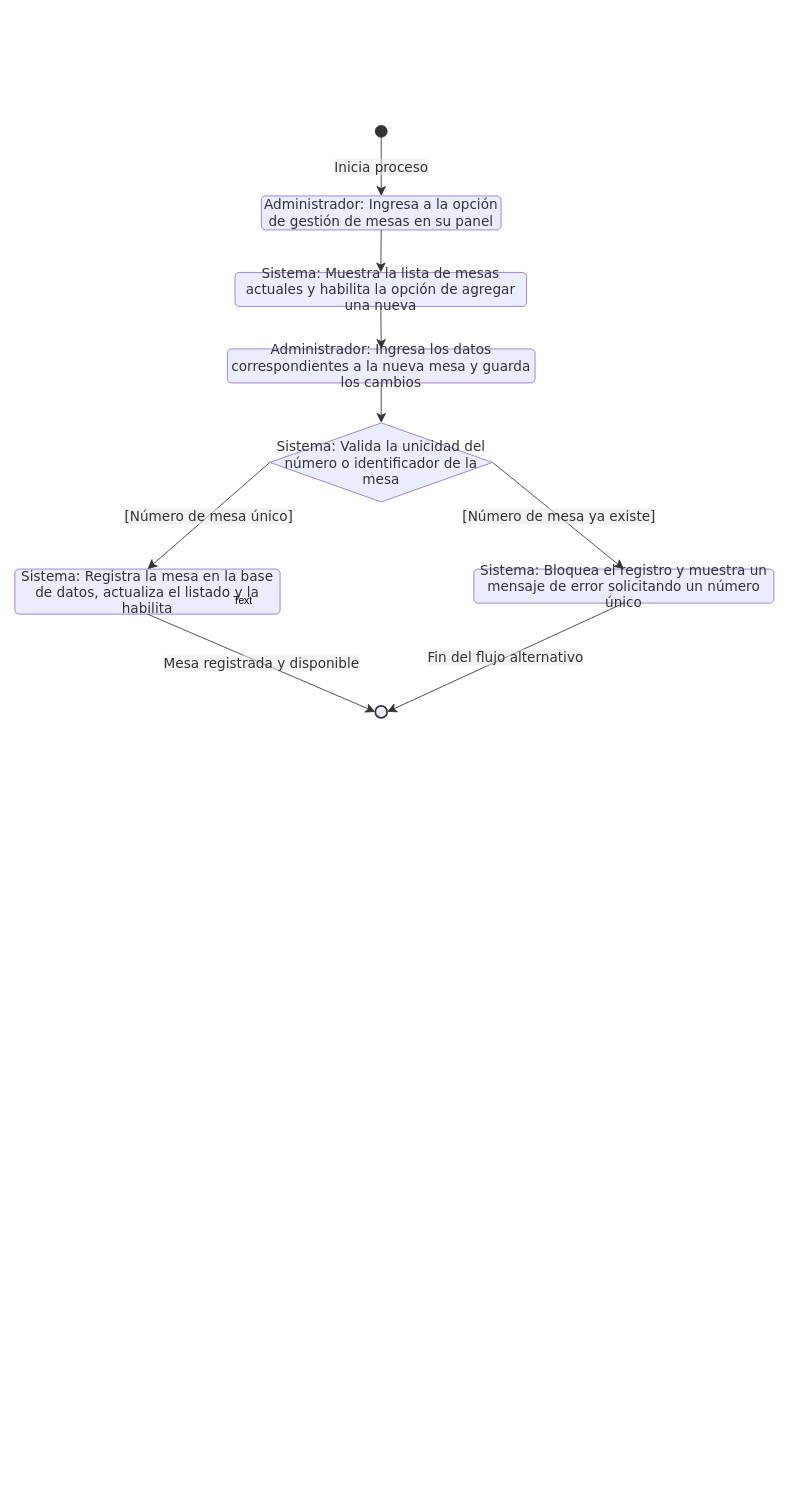
This is page "RF05" (5 of 14) of documentacion/Diagramas/Diagramas Casos de Uso.drawio from CanelaFeliz/ProyectoPPI115, a draw.io file, before an edit. Source tidied: cells renumbered, new cells numbered last; positions are measured from the earlier drawing's top-left corner, leaving out a move shared by most shapes. Both pictures are drawn from the tidied source at 85%, with x=0, y=0 at pixel (14, 14).
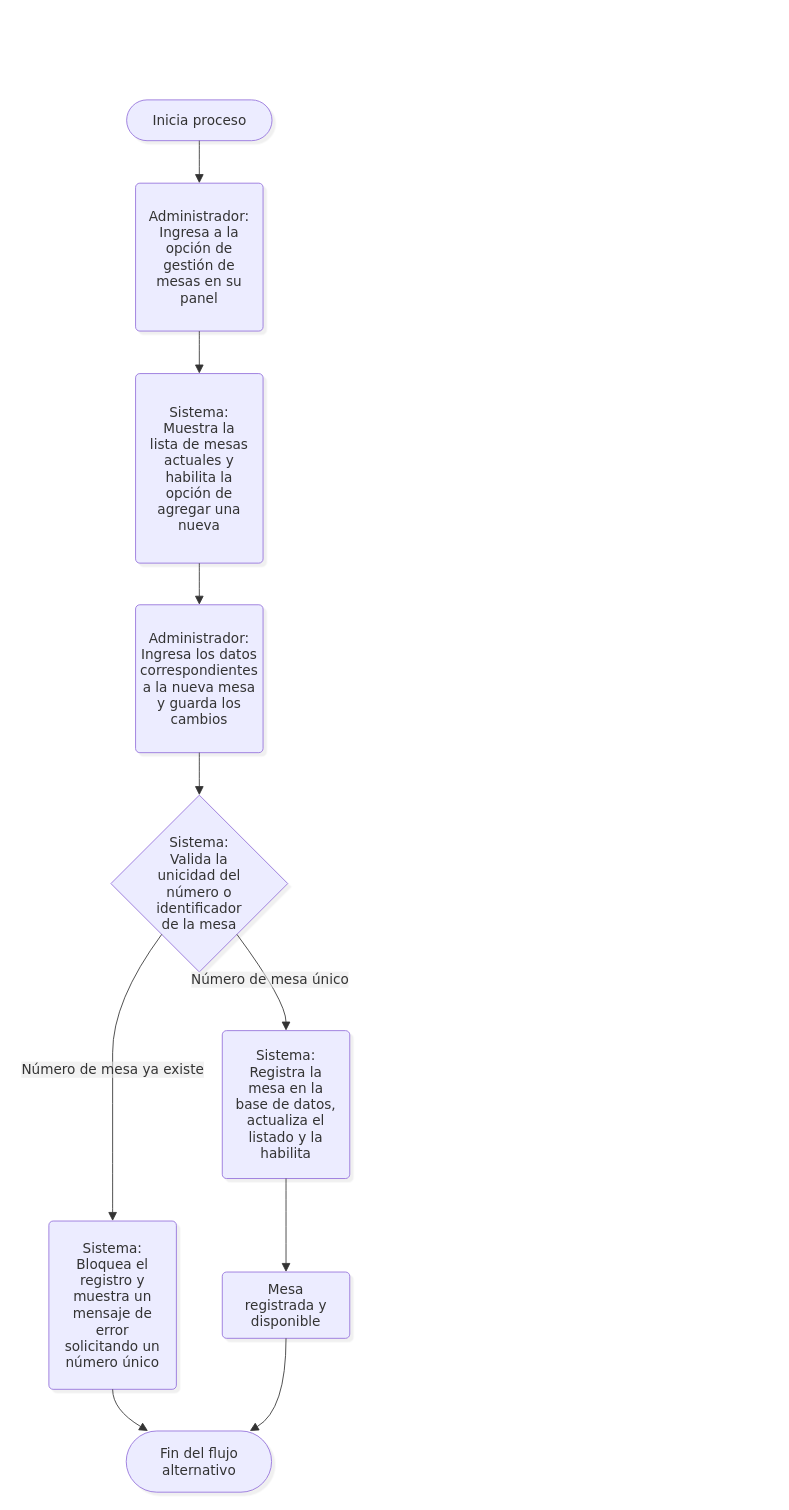
The same page after the edit.

Unchanged cells that the change refers to:
```xml
<mxCell id="2" style="group;transparentBounds=1;editIcon=1;lockedGroup=0;groupPadding=10;" parent="1" vertex="1">
  <mxGeometry x="10" as="geometry" />
</mxCell>
```

The edit, as a diff of the source:
```diff
@@
-    <mxCell id="3" style="ellipse;html=1;fillColor=light-dark(#333333,#cccccc);strokeColor=light-dark(#333333,#cccccc);fontColor=light-dark(#333333,#cccccc);fontFamily=Trebuchet MS,Verdana,Arial,sans-serif;fontSize=16;" parent="2" vertex="1">
-      <mxGeometry x="414" y="130" width="14" height="14" as="geometry" />
-    </mxCell>
+    <mxCell id="11" value="Inicia proceso" style="html=1;rounded=1;whiteSpace=wrap;arcSize=50;strokeWidth=1;fillColor=light-dark(#ECECFF,#1f2020);strokeColor=light-dark(#9370DB,#cccccc);fontColor=light-dark(#333333,#cccccc);fontFamily=Trebuchet MS,Verdana,Arial,sans-serif;fontSize=16;shadow=1;shadowColor=#000000;shadowOffsetX=4;shadowOffsetY=4;shadowBlur=0;shadowOpacity=6;" parent="2" vertex="1">
+      <mxGeometry x="121.5" y="100" width="171" height="48" as="geometry" />
+    </mxCell>
-    <mxCell id="4" value="Administrador: Ingresa a la opción de gestión de mesas en su panel" style="rounded=1;absoluteArcSize=1;arcSize=10;html=1;whiteSpace=wrap;strokeWidth=1;fillColor=light-dark(#ECECFF,#1f2020);strokeColor=light-dark(#9370DB,#cccccc);fontColor=light-dark(#333333,#cccccc);fontFamily=Trebuchet MS,Verdana,Arial,sans-serif;fontSize=16;" parent="2" vertex="1">
-      <mxGeometry x="280" y="213" width="282" height="40" as="geometry" />
+    <mxCell id="4" value="Administrador: Ingresa a la opción de gestión de mesas en su panel" style="rounded=1;absoluteArcSize=1;arcSize=10;html=1;whiteSpace=wrap;strokeWidth=1;fillColor=light-dark(#ECECFF,#1f2020);strokeColor=light-dark(#9370DB,#cccccc);fontColor=light-dark(#333333,#cccccc);fontFamily=Trebuchet MS,Verdana,Arial,sans-serif;fontSize=16;shadow=1;shadowColor=#000000;shadowOffsetX=4;shadowOffsetY=4;shadowBlur=0;shadowOpacity=6;labelWidth=120;" parent="2" vertex="1">
+      <mxGeometry x="132" y="198" width="150" height="174" as="geometry" />
     </mxCell>
-    <mxCell id="5" value="Sistema: Muestra la lista de mesas actuales y habilita la opción de agregar una nueva" style="rounded=1;absoluteArcSize=1;arcSize=10;html=1;whiteSpace=wrap;strokeWidth=1;fillColor=light-dark(#ECECFF,#1f2020);strokeColor=light-dark(#9370DB,#cccccc);fontColor=light-dark(#333333,#cccccc);fontFamily=Trebuchet MS,Verdana,Arial,sans-serif;fontSize=16;" parent="2" vertex="1">
-      <mxGeometry x="249" y="303" width="343" height="40" as="geometry" />
+    <mxCell id="5" value="Sistema: Muestra la lista de mesas actuales y habilita la opción de agregar una nueva" style="rounded=1;absoluteArcSize=1;arcSize=10;html=1;whiteSpace=wrap;strokeWidth=1;fillColor=light-dark(#ECECFF,#1f2020);strokeColor=light-dark(#9370DB,#cccccc);fontColor=light-dark(#333333,#cccccc);fontFamily=Trebuchet MS,Verdana,Arial,sans-serif;fontSize=16;shadow=1;shadowColor=#000000;shadowOffsetX=4;shadowOffsetY=4;shadowBlur=0;shadowOpacity=6;labelWidth=120;" parent="2" vertex="1">
+      <mxGeometry x="132" y="422" width="150" height="223" as="geometry" />
     </mxCell>
-    <mxCell id="6" value="Administrador: Ingresa los datos correspondientes a la nueva mesa y guarda los cambios" style="rounded=1;absoluteArcSize=1;arcSize=10;html=1;whiteSpace=wrap;strokeWidth=1;fillColor=light-dark(#ECECFF,#1f2020);strokeColor=light-dark(#9370DB,#cccccc);fontColor=light-dark(#333333,#cccccc);fontFamily=Trebuchet MS,Verdana,Arial,sans-serif;fontSize=16;" parent="2" vertex="1">
-      <mxGeometry x="240" y="393" width="362" height="40" as="geometry" />
+    <mxCell id="6" value="Administrador: Ingresa los datos correspondientes a la nueva mesa y guarda los cambios" style="rounded=1;absoluteArcSize=1;arcSize=10;html=1;whiteSpace=wrap;strokeWidth=1;fillColor=light-dark(#ECECFF,#1f2020);strokeColor=light-dark(#9370DB,#cccccc);fontColor=light-dark(#333333,#cccccc);fontFamily=Trebuchet MS,Verdana,Arial,sans-serif;fontSize=16;shadow=1;shadowColor=#000000;shadowOffsetX=4;shadowOffsetY=4;shadowBlur=0;shadowOpacity=6;labelWidth=120;" parent="2" vertex="1">
+      <mxGeometry x="132" y="694" width="150" height="174" as="geometry" />
     </mxCell>
+    <mxCell id="19" value="Sistema: Valida la unicidad del número o identificador de la mesa" style="rhombus;html=1;strokeWidth=1;whiteSpace=wrap;fillColor=light-dark(#ECECFF,#1f2020);strokeColor=light-dark(#9370DB,#cccccc);fontColor=light-dark(#333333,#cccccc);fontFamily=Trebuchet MS,Verdana,Arial,sans-serif;fontSize=16;shadow=1;shadowColor=#000000;shadowOffsetX=4;shadowOffsetY=4;shadowBlur=0;shadowOpacity=6;labelWidth=120;" parent="2" vertex="1">
+      <mxGeometry x="103" y="918" width="208" height="208" as="geometry" />
+    </mxCell>
-    <mxCell id="7" value="Sistema: Registra la mesa en la base de datos, actualiza el listado y la habilita" style="rounded=1;absoluteArcSize=1;arcSize=10;html=1;whiteSpace=wrap;strokeWidth=1;fillColor=light-dark(#ECECFF,#1f2020);strokeColor=light-dark(#9370DB,#cccccc);fontColor=light-dark(#333333,#cccccc);fontFamily=Trebuchet MS,Verdana,Arial,sans-serif;fontSize=16;" parent="2" vertex="1">
-      <mxGeometry x="-10" y="652" width="312" height="53" as="geometry" />
+    <mxCell id="7" value="Sistema: Registra la mesa en la base de datos, actualiza el listado y la habilita" style="rounded=1;absoluteArcSize=1;arcSize=10;html=1;whiteSpace=wrap;strokeWidth=1;fillColor=light-dark(#ECECFF,#1f2020);strokeColor=light-dark(#9370DB,#cccccc);fontColor=light-dark(#333333,#cccccc);fontFamily=Trebuchet MS,Verdana,Arial,sans-serif;fontSize=16;shadow=1;shadowColor=#000000;shadowOffsetX=4;shadowOffsetY=4;shadowBlur=0;shadowOpacity=6;labelWidth=120;" parent="2" vertex="1">
+      <mxGeometry x="234" y="1195" width="150" height="174" as="geometry" />
     </mxCell>
-    <mxCell id="8" value="Text" style="text;html=1;align=center;verticalAlign=middle;" parent="7" vertex="1">
-      <mxGeometry x="243" y="23" width="50" height="30" as="geometry" />
-    </mxCell>
-    <mxCell id="9" value="Sistema: Bloquea el registro y muestra un mensaje de error solicitando un número único" style="rounded=1;absoluteArcSize=1;arcSize=10;html=1;whiteSpace=wrap;strokeWidth=1;fillColor=light-dark(#ECECFF,#1f2020);strokeColor=light-dark(#9370DB,#cccccc);fontColor=light-dark(#333333,#cccccc);fontFamily=Trebuchet MS,Verdana,Arial,sans-serif;fontSize=16;" parent="2" vertex="1">
-      <mxGeometry x="530" y="652" width="353" height="40" as="geometry" />
+    <mxCell id="9" value="Sistema: Bloquea el registro y muestra un mensaje de error solicitando un número único" style="rounded=1;absoluteArcSize=1;arcSize=10;html=1;whiteSpace=wrap;strokeWidth=1;fillColor=light-dark(#ECECFF,#1f2020);strokeColor=light-dark(#9370DB,#cccccc);fontColor=light-dark(#333333,#cccccc);fontFamily=Trebuchet MS,Verdana,Arial,sans-serif;fontSize=16;shadow=1;shadowColor=#000000;shadowOffsetX=4;shadowOffsetY=4;shadowBlur=0;shadowOpacity=6;labelWidth=120;" parent="2" vertex="1">
+      <mxGeometry x="30" y="1419" width="150" height="198" as="geometry" />
     </mxCell>
-    <mxCell id="10" style="ellipse;html=1;fillColor=light-dark(#ECECFF,#1f2020);strokeColor=light-dark(#333333,#cccccc);strokeWidth=2;centerRadius=4;centerColor=light-dark(#9370DB,#cccccc);fontColor=light-dark(#333333,#cccccc);fontFamily=Trebuchet MS,Verdana,Arial,sans-serif;fontSize=16;" parent="2" vertex="1">
-      <mxGeometry x="414" y="813" width="14" height="14" as="geometry" />
-    </mxCell>
-    <mxCell id="11" value="Inicia proceso" style="curved=1;startArrow=none;endArrow=classic;endSize=9;fillColor=none;strokeColor=light-dark(#333333,#cccccc);html=1;fontSize=16;labelBackgroundColor=#E8E8E88D;fontFamily=Trebuchet MS,Verdana,Arial,sans-serif;fontColor=light-dark(#333333,#cccccc);exitX=0.5;exitY=1;entryX=0.5;entryY=0;rounded=0;" parent="2" edge="1" source="3" target="4">
-      <mxGeometry relative="1" as="geometry" />
-    </mxCell>
+    <mxCell id="17" value="Mesa registrada y disponible" style="rounded=1;absoluteArcSize=1;arcSize=10;html=1;whiteSpace=wrap;strokeWidth=1;fillColor=light-dark(#ECECFF,#1f2020);strokeColor=light-dark(#9370DB,#cccccc);fontColor=light-dark(#333333,#cccccc);fontFamily=Trebuchet MS,Verdana,Arial,sans-serif;fontSize=16;shadow=1;shadowColor=#000000;shadowOffsetX=4;shadowOffsetY=4;shadowBlur=0;shadowOpacity=6;labelWidth=120;" parent="2" vertex="1">
+      <mxGeometry x="234" y="1479" width="150" height="78" as="geometry" />
+    </mxCell>
+    <mxCell id="18" value="Fin del flujo alternativo" style="html=1;rounded=1;whiteSpace=wrap;arcSize=50;strokeWidth=1;fillColor=light-dark(#ECECFF,#1f2020);strokeColor=light-dark(#9370DB,#cccccc);fontColor=light-dark(#333333,#cccccc);fontFamily=Trebuchet MS,Verdana,Arial,sans-serif;fontSize=16;shadow=1;shadowColor=#000000;shadowOffsetX=4;shadowOffsetY=4;shadowBlur=0;shadowOpacity=6;labelWidth=120;" parent="2" vertex="1">
+      <mxGeometry x="121" y="1666" width="171" height="72" as="geometry" />
+    </mxCell>
+    <mxCell id="20" style="curved=1;startArrow=none;endArrow=block;endSize=8;strokeColor=light-dark(#333333,#cccccc);exitX=0.5;exitY=1;entryX=0.5;entryY=0;targetPerimeterSpacing=4;rounded=0;" parent="2" edge="1" source="11" target="4">
+      <mxGeometry relative="1" as="geometry" />
+    </mxCell>
-    <mxCell id="12" style="curved=1;startArrow=none;endArrow=classic;endSize=9;fillColor=none;strokeColor=light-dark(#333333,#cccccc);exitX=0.5;exitY=1;entryX=0.5;entryY=0;rounded=0;" parent="2" edge="1" source="4" target="5">
+    <mxCell id="12" style="curved=1;startArrow=none;endArrow=block;endSize=8;strokeColor=light-dark(#333333,#cccccc);exitX=0.5;exitY=1;entryX=0.5;entryY=0;targetPerimeterSpacing=4;rounded=0;" parent="2" edge="1" source="4" target="5">
       <mxGeometry relative="1" as="geometry" />
     </mxCell>
-    <mxCell id="13" style="curved=1;startArrow=none;endArrow=classic;endSize=9;fillColor=none;strokeColor=light-dark(#333333,#cccccc);exitX=0.5;exitY=1;entryX=0.5;entryY=0;rounded=0;" parent="2" edge="1" source="5" target="6">
+    <mxCell id="13" style="curved=1;startArrow=none;endArrow=block;endSize=8;strokeColor=light-dark(#333333,#cccccc);exitX=0.5;exitY=1;entryX=0.5;entryY=0;targetPerimeterSpacing=4;rounded=0;" parent="2" edge="1" source="5" target="6">
       <mxGeometry relative="1" as="geometry" />
     </mxCell>
-    <mxCell id="14" style="curved=1;startArrow=none;endArrow=classic;endSize=9;fillColor=none;strokeColor=light-dark(#333333,#cccccc);exitX=0.5;exitY=1;rounded=0;entryX=0.5;entryY=0;entryDx=0;entryDy=0;" parent="2" edge="1" source="6" target="19">
+    <mxCell id="14" style="curved=1;startArrow=none;endArrow=block;endSize=8;strokeColor=light-dark(#333333,#cccccc);exitX=0.5;exitY=1;entryX=0.5;entryY=0;targetPerimeterSpacing=4;rounded=0;" parent="2" edge="1" source="6" target="19">
       <mxGeometry relative="1" as="geometry" />
     </mxCell>
-    <mxCell id="15" value="[Número de mesa único]" style="curved=1;startArrow=none;endArrow=classic;endSize=9;fillColor=none;strokeColor=light-dark(#333333,#cccccc);html=1;fontSize=16;labelBackgroundColor=#E8E8E88D;fontFamily=Trebuchet MS,Verdana,Arial,sans-serif;fontColor=light-dark(#333333,#cccccc);exitX=0;exitY=0.5;entryX=0.5;entryY=0;rounded=0;exitDx=0;exitDy=0;" parent="2" edge="1" source="19" target="7">
-      <mxGeometry relative="1" as="geometry" />
+    <mxCell id="15" value="Número de mesa único" style="curved=1;startArrow=none;endArrow=block;endSize=8;strokeColor=light-dark(#333333,#cccccc);html=1;fontSize=16;labelBackgroundColor=light-dark(#E8E8E88D,#2a2a2a8D);fontFamily=Trebuchet MS,Verdana,Arial,sans-serif;fontColor=light-dark(#333333,#cccccc);exitX=0.87;exitY=1;entryX=0.5;entryY=0;targetPerimeterSpacing=4;rounded=0;" parent="2" edge="1" source="19" target="7">
+      <mxGeometry relative="1" as="geometry">
+        <Array as="points">
+          <mxPoint x="309" y="1160" />
+        </Array>
+      </mxGeometry>
     </mxCell>
-    <mxCell id="16" value="[Número de mesa ya existe]" style="curved=1;startArrow=none;endArrow=classic;endSize=9;fillColor=none;strokeColor=light-dark(#333333,#cccccc);html=1;fontSize=16;labelBackgroundColor=#E8E8E88D;fontFamily=Trebuchet MS,Verdana,Arial,sans-serif;fontColor=light-dark(#333333,#cccccc);exitX=1;exitY=0.5;entryX=0.5;entryY=0;rounded=0;exitDx=0;exitDy=0;" parent="2" edge="1" source="19" target="9">
-      <mxGeometry relative="1" as="geometry" />
+    <mxCell id="16" value="Número de mesa ya existe" style="curved=1;startArrow=none;endArrow=block;endSize=8;strokeColor=light-dark(#333333,#cccccc);html=1;fontSize=16;labelBackgroundColor=light-dark(#E8E8E88D,#2a2a2a8D);fontFamily=Trebuchet MS,Verdana,Arial,sans-serif;fontColor=light-dark(#333333,#cccccc);exitX=0.13;exitY=1;entryX=0.5;entryY=0;targetPerimeterSpacing=4;rounded=0;" parent="2" edge="1" source="19" target="9">
+      <mxGeometry relative="1" as="geometry">
+        <Array as="points">
+          <mxPoint x="105" y="1160" />
+          <mxPoint x="105" y="1282" />
+          <mxPoint x="105" y="1394" />
+        </Array>
+      </mxGeometry>
     </mxCell>
-    <mxCell id="17" value="Mesa registrada y disponible" style="curved=1;startArrow=none;endArrow=classic;endSize=9;fillColor=none;strokeColor=light-dark(#333333,#cccccc);html=1;fontSize=16;labelBackgroundColor=#E8E8E88D;fontFamily=Trebuchet MS,Verdana,Arial,sans-serif;fontColor=light-dark(#333333,#cccccc);exitX=0.5;exitY=1;entryX=0;entryY=0.43;rounded=0;" parent="2" edge="1" source="7" target="10">
-      <mxGeometry relative="1" as="geometry" />
-    </mxCell>
-    <mxCell id="18" value="Fin del flujo alternativo" style="curved=1;startArrow=none;endArrow=classic;endSize=9;fillColor=none;strokeColor=light-dark(#333333,#cccccc);html=1;fontSize=16;labelBackgroundColor=#E8E8E88D;fontFamily=Trebuchet MS,Verdana,Arial,sans-serif;fontColor=light-dark(#333333,#cccccc);exitX=0.5;exitY=1;entryX=1;entryY=0.43;rounded=0;" parent="2" edge="1" source="9" target="10">
-      <mxGeometry relative="1" as="geometry" />
-    </mxCell>
-    <mxCell id="19" value="Sistema: Valida la unicidad del número o identificador de la mesa" style="rhombus;html=1;strokeWidth=1;whiteSpace=wrap;fillColor=light-dark(#ECECFF,#1f2020);strokeColor=light-dark(#9370DB,#cccccc);fontColor=light-dark(#333333,#cccccc);fontFamily=Trebuchet MS,Verdana,Arial,sans-serif;fontSize=16;" parent="2" vertex="1">
-      <mxGeometry x="290" y="480" width="262" height="93" as="geometry" />
-    </mxCell>
+    <mxCell id="21" style="curved=1;startArrow=none;endArrow=block;endSize=8;strokeColor=light-dark(#333333,#cccccc);exitX=0.5;exitY=1;entryX=0.5;entryY=0;targetPerimeterSpacing=4;rounded=0;" parent="2" edge="1" source="7" target="17">
+      <mxGeometry relative="1" as="geometry" />
+    </mxCell>
+    <mxCell id="22" style="curved=1;startArrow=none;endArrow=block;endSize=8;strokeColor=light-dark(#333333,#cccccc);exitX=0.5;exitY=0.99;entryX=0.15;entryY=0;targetPerimeterSpacing=4;rounded=0;" parent="2" edge="1" source="9" target="18">
+      <mxGeometry relative="1" as="geometry">
+        <Array as="points">
+          <mxPoint x="105" y="1641" />
+        </Array>
+      </mxGeometry>
+    </mxCell>
+    <mxCell id="23" style="curved=1;startArrow=none;endArrow=block;endSize=8;strokeColor=light-dark(#333333,#cccccc);exitX=0.5;exitY=0.99;entryX=0.85;entryY=0;targetPerimeterSpacing=4;rounded=0;" parent="2" edge="1" source="17" target="18">
+      <mxGeometry relative="1" as="geometry">
+        <Array as="points">
+          <mxPoint x="309" y="1641" />
+        </Array>
+      </mxGeometry>
+    </mxCell>
```
